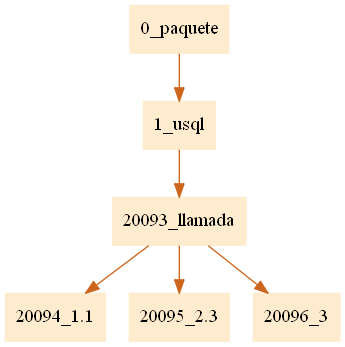
Above: pr1Compilarodores2/paquete.png in JamesMelgar/compi2javaccpr1 (Graphviz), before the change. Its source is kept beside it as pr1Compilarodores2/paquete.dot.
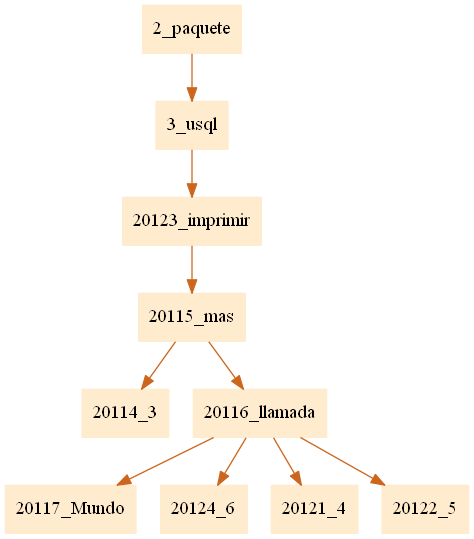
After the commit.

What changed in the source:
```diff
@@ -1,5 +1,5 @@
 digraph G {node[shape=box, style=filled, color=blanchedalmond]; edge[color=chocolate3];rankdir=UD
 
-"0_paquete"->"1_usql""1_usql"->"20093_llamada""20093_llamada"->"20094_1.1""20093_llamada"->"20095_2.3""20093_llamada"->"20096_3"
+"2_paquete"->"3_usql""3_usql"->"20123_imprimir""20123_imprimir"->"20115_mas""20115_mas"->"20114_3""20115_mas"->"20116_llamada""20116_llamada"->"20117_Mundo""20116_llamada"->"20124_6""20116_llamada"->"20121_4""20116_llamada"->"20122_5"
 
 }
```
